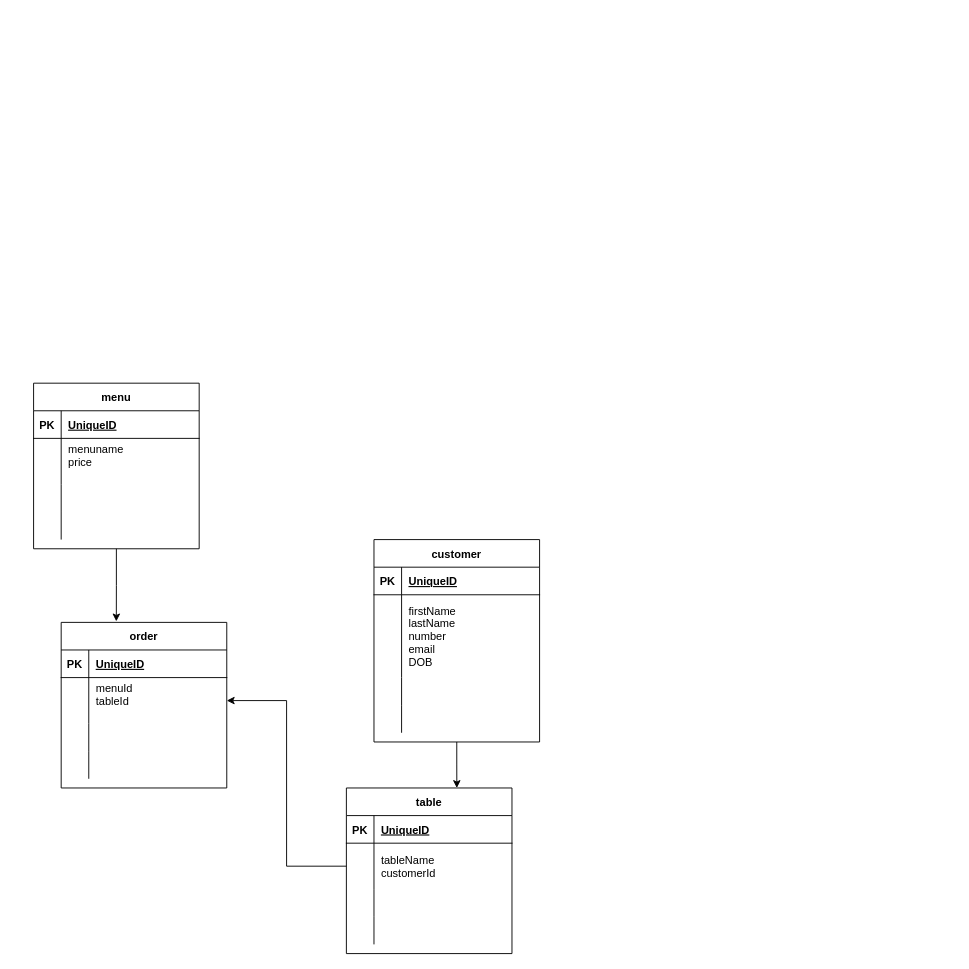
Above: pointofsale.drawio in zaryabali786/erdDiagram (draw.io), before the change. Source tidied: cells renumbered, new cells numbered last; positions are measured from the earlier drawing's top-left corner, leaving out a move shared by most shapes. Both pictures are drawn from the tidied source at 92%, with x=0, y=0 at pixel (33, 383).
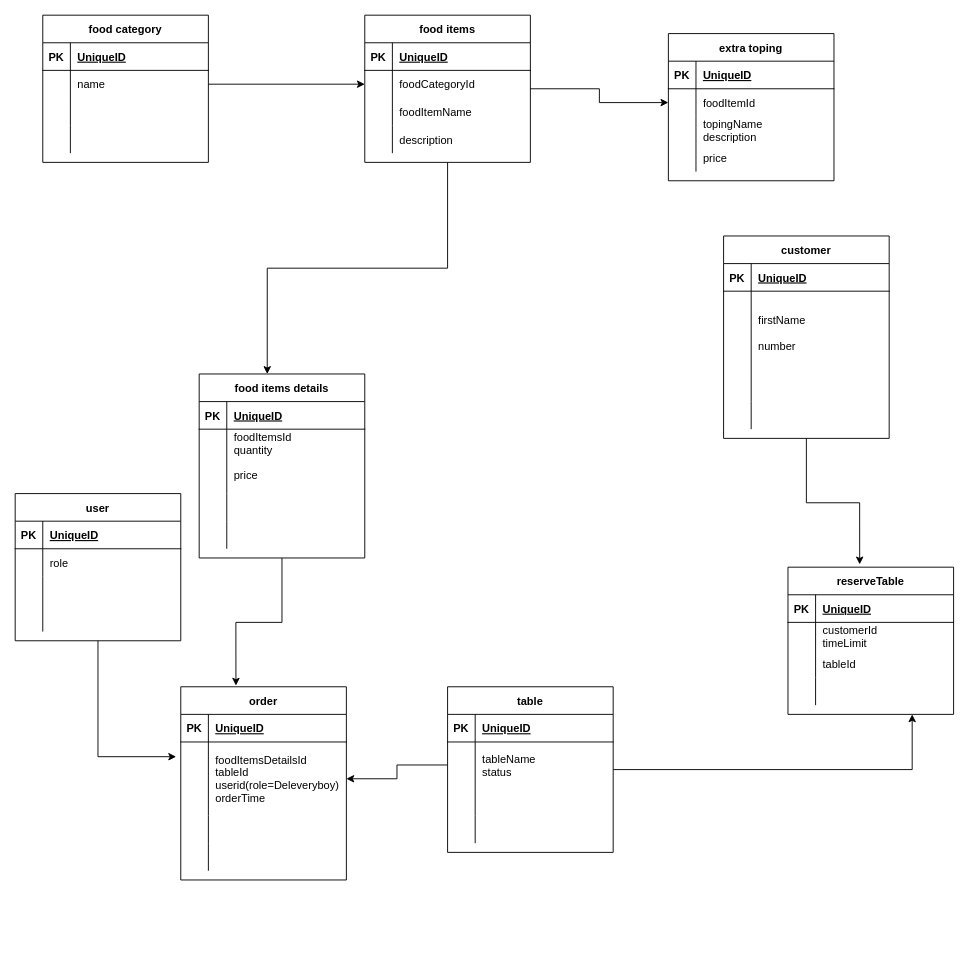
The same diagram, later.

The change refers to these unchanged cells:
```xml
<mxCell id="19" style="shape=tableRow;horizontal=0;startSize=0;swimlaneHead=0;swimlaneBody=0;fillColor=none;points=[[0,0.5],[1,0.5]];portConstraint=eastwest;top=0;left=0;right=0;bottom=0;" parent="15" vertex="1">
  <mxGeometry y="60" width="180" height="50" as="geometry" />
</mxCell>
<mxCell id="48" style="shape=tableRow;horizontal=0;startSize=0;swimlaneHead=0;swimlaneBody=0;fillColor=none;top=0;left=0;right=0;bottom=0;" parent="44" vertex="1">
  <mxGeometry y="60" width="180" height="90" as="geometry" />
</mxCell>
```

What changed in the source:
```diff
@@
     <mxCell id="2" value="order" style="shape=table;startSize=30;childLayout=tableLayout;rowLines=0;fontStyle=1;align=center;" parent="1" vertex="1">
-      <mxGeometry x="30" y="260" width="180" height="180" as="geometry" />
+      <mxGeometry x="160" y="330" width="180" height="210" as="geometry" />
     </mxCell>
@@
     <mxCell id="6" style="shape=tableRow;horizontal=0;startSize=0;swimlaneHead=0;swimlaneBody=0;fillColor=none;points=[[0,0.5],[1,0.5]];portConstraint=eastwest;top=0;left=0;right=0;bottom=0;" parent="2" vertex="1">
-      <mxGeometry y="60" width="180" height="50" as="geometry" />
+      <mxGeometry y="60" width="180" height="80" as="geometry" />
     </mxCell>
     <mxCell id="7" style="shape=partialRectangle;fillColor=none;top=0;left=0;bottom=0;right=0;overflow=hidden;" parent="6" vertex="1">
-      <mxGeometry width="30" height="50" as="geometry" />
+      <mxGeometry width="30" height="80" as="geometry" />
     </mxCell>
-    <mxCell id="8" value="menuId&#10;tableId&#10;" style="shape=partialRectangle;fillColor=none;top=0;left=0;bottom=0;right=0;align=left;spacingLeft=6;overflow=hidden;" parent="6" vertex="1">
-      <mxGeometry x="30" width="150" height="50" as="geometry" />
+    <mxCell id="8" value="foodItemsDetailsId&#10;tableId&#10;userid(role=Deleveryboy)&#10;orderTime" style="shape=partialRectangle;fillColor=none;top=0;left=0;bottom=0;right=0;align=left;spacingLeft=6;overflow=hidden;" parent="6" vertex="1">
+      <mxGeometry x="30" width="150" height="80" as="geometry" />
     </mxCell>
     <mxCell id="9" style="shape=tableRow;horizontal=0;startSize=0;swimlaneHead=0;swimlaneBody=0;fillColor=none;top=0;left=0;right=0;bottom=0;" parent="2" vertex="1">
-      <mxGeometry y="110" width="180" height="30" as="geometry" />
+      <mxGeometry y="140" width="180" height="30" as="geometry" />
     </mxCell>
@@
     <mxCell id="12" style="shape=tableRow;horizontal=0;startSize=0;swimlaneHead=0;swimlaneBody=0;fillColor=none;top=0;left=0;right=0;bottom=0;" parent="2" vertex="1">
-      <mxGeometry y="140" width="180" height="30" as="geometry" />
+      <mxGeometry y="170" width="180" height="30" as="geometry" />
     </mxCell>
@@
+    <mxCell id="57" style="edgeStyle=orthogonalEdgeStyle;rounded=0;jettySize=auto;html=1;entryX=0.75;entryY=1;entryDx=0;entryDy=0;" parent="1" edge="1" source="15" target="115">
+      <mxGeometry relative="1" as="geometry" />
+    </mxCell>
     <mxCell id="15" value="table" style="shape=table;startSize=30;childLayout=tableLayout;rowLines=0;fontStyle=1;align=center;" parent="1" vertex="1">
-      <mxGeometry x="340" y="440" width="180" height="180" as="geometry" />
+      <mxGeometry x="450" y="330" width="180" height="180" as="geometry" />
     </mxCell>
@@
-    <mxCell id="21" value="tableName&#10;customerId" style="shape=partialRectangle;fillColor=none;top=0;left=0;bottom=0;right=0;align=left;spacingLeft=6;overflow=hidden;" parent="19" vertex="1">
+    <mxCell id="21" value="tableName&#10;status" style="shape=partialRectangle;fillColor=none;top=0;left=0;bottom=0;right=0;align=left;spacingLeft=6;overflow=hidden;" parent="19" vertex="1">
       <mxGeometry x="30" width="150" height="50" as="geometry" />
     </mxCell>
@@
-    <mxCell id="30" value="menu" style="shape=table;startSize=30;childLayout=tableLayout;rowLines=0;fontStyle=1;align=center;" parent="1" vertex="1">
-      <mxGeometry width="180" height="180" as="geometry" />
+    <mxCell id="30" value="food items details" style="shape=table;startSize=30;childLayout=tableLayout;rowLines=0;fontStyle=1;align=center;" parent="1" vertex="1">
+      <mxGeometry x="180" y="-10" width="180" height="200" as="geometry" />
     </mxCell>
@@
     <mxCell id="34" style="shape=tableRow;horizontal=0;startSize=0;swimlaneHead=0;swimlaneBody=0;fillColor=none;top=0;left=0;right=0;bottom=0;" parent="30" vertex="1">
-      <mxGeometry y="60" width="180" height="50" as="geometry" />
+      <mxGeometry y="60" width="180" height="70" as="geometry" />
     </mxCell>
     <mxCell id="35" style="shape=partialRectangle;fillColor=none;top=0;left=0;bottom=0;right=0;overflow=hidden;" parent="34" vertex="1">
-      <mxGeometry width="30" height="50" as="geometry" />
+      <mxGeometry width="30" height="70" as="geometry" />
     </mxCell>
-    <mxCell id="36" value="menuname&#10;price&#10;" style="shape=partialRectangle;fillColor=none;top=0;left=0;bottom=0;right=0;align=left;spacingLeft=6;overflow=hidden;" parent="34" vertex="1">
-      <mxGeometry x="30" width="150" height="50" as="geometry" />
+    <mxCell id="36" value="foodItemsId&#10;quantity&#10;&#10;price&#10;" style="shape=partialRectangle;fillColor=none;top=0;left=0;bottom=0;right=0;align=left;spacingLeft=6;overflow=hidden;" parent="34" vertex="1">
+      <mxGeometry x="30" width="150" height="70" as="geometry" />
     </mxCell>
     <mxCell id="37" style="shape=tableRow;horizontal=0;startSize=0;swimlaneHead=0;swimlaneBody=0;fillColor=none;top=0;left=0;right=0;bottom=0;" parent="30" vertex="1">
-      <mxGeometry y="110" width="180" height="30" as="geometry" />
+      <mxGeometry y="130" width="180" height="30" as="geometry" />
     </mxCell>
@@
     <mxCell id="40" style="shape=tableRow;horizontal=0;startSize=0;swimlaneHead=0;swimlaneBody=0;fillColor=none;top=0;left=0;right=0;bottom=0;" parent="30" vertex="1">
-      <mxGeometry y="140" width="180" height="30" as="geometry" />
+      <mxGeometry y="160" width="180" height="30" as="geometry" />
     </mxCell>
@@
-    <mxCell id="43" style="edgeStyle=orthogonalEdgeStyle;rounded=0;jettySize=auto;html=1;entryX=0.667;entryY=0;entryDx=0;entryDy=0;entryPerimeter=0;" parent="1" edge="1" source="44" target="15">
-      <mxGeometry relative="1" as="geometry" />
-    </mxCell>
+    <mxCell id="58" style="edgeStyle=orthogonalEdgeStyle;rounded=0;jettySize=auto;html=1;entryX=0.433;entryY=-0.019;entryDx=0;entryDy=0;entryPerimeter=0;" parent="1" edge="1" source="44" target="115">
+      <mxGeometry relative="1" as="geometry" />
+    </mxCell>
     <mxCell id="44" value="customer" style="shape=table;startSize=30;childLayout=tableLayout;rowLines=0;fontStyle=1;align=center;" parent="1" vertex="1">
-      <mxGeometry x="370" y="170" width="180" height="220" as="geometry" />
+      <mxGeometry x="750" y="-160" width="180" height="220" as="geometry" />
     </mxCell>
@@
-    <mxCell id="50" value="firstName&#10;lastName&#10;number&#10;email&#10;DOB" style="shape=partialRectangle;fillColor=none;top=0;left=0;bottom=0;right=0;align=left;spacingLeft=6;overflow=hidden;" parent="48" vertex="1">
+    <mxCell id="50" value="firstName&#10;&#10;number" style="shape=partialRectangle;fillColor=none;top=0;left=0;bottom=0;right=0;align=left;spacingLeft=6;overflow=hidden;" parent="48" vertex="1">
       <mxGeometry x="30" width="150" height="90" as="geometry" />
     </mxCell>
@@
+    <mxCell id="59" style="edgeStyle=orthogonalEdgeStyle;rounded=0;jettySize=auto;html=1;entryX=-0.028;entryY=0.2;entryDx=0;entryDy=0;entryPerimeter=0;" parent="1" edge="1" source="60" target="6">
+      <mxGeometry relative="1" as="geometry" />
+    </mxCell>
+    <mxCell id="60" value="user" style="shape=table;startSize=30;childLayout=tableLayout;rowLines=0;fontStyle=1;align=center;" parent="1" vertex="1">
+      <mxGeometry x="-20" y="120" width="180" height="160" as="geometry" />
+    </mxCell>
+    <mxCell id="61" style="shape=tableRow;horizontal=0;startSize=0;swimlaneHead=0;swimlaneBody=0;fillColor=none;top=0;left=0;right=0;bottom=1;" parent="60" vertex="1">
+      <mxGeometry y="30" width="180" height="30" as="geometry" />
+    </mxCell>
+    <mxCell id="62" value="PK" style="shape=partialRectangle;fillColor=none;top=0;left=0;bottom=0;right=0;fontStyle=1;overflow=hidden;" parent="61" vertex="1">
+      <mxGeometry width="30" height="30" as="geometry" />
+    </mxCell>
+    <mxCell id="63" value="UniqueID" style="shape=partialRectangle;fillColor=none;top=0;left=0;bottom=0;right=0;align=left;spacingLeft=6;fontStyle=5;overflow=hidden;" parent="61" vertex="1">
+      <mxGeometry x="30" width="150" height="30" as="geometry" />
+    </mxCell>
+    <mxCell id="64" style="shape=tableRow;horizontal=0;startSize=0;swimlaneHead=0;swimlaneBody=0;fillColor=none;top=0;left=0;right=0;bottom=0;" parent="60" vertex="1">
+      <mxGeometry y="60" width="180" height="30" as="geometry" />
+    </mxCell>
+    <mxCell id="65" style="shape=partialRectangle;fillColor=none;top=0;left=0;bottom=0;right=0;overflow=hidden;" parent="64" vertex="1">
+      <mxGeometry width="30" height="30" as="geometry" />
+    </mxCell>
+    <mxCell id="66" value="role" style="shape=partialRectangle;fillColor=none;top=0;left=0;bottom=0;right=0;align=left;spacingLeft=6;overflow=hidden;" parent="64" vertex="1">
+      <mxGeometry x="30" width="150" height="30" as="geometry" />
+    </mxCell>
+    <mxCell id="67" style="shape=tableRow;horizontal=0;startSize=0;swimlaneHead=0;swimlaneBody=0;fillColor=none;top=0;left=0;right=0;bottom=0;" parent="60" vertex="1">
+      <mxGeometry y="90" width="180" height="30" as="geometry" />
+    </mxCell>
+    <mxCell id="68" style="shape=partialRectangle;fillColor=none;top=0;left=0;bottom=0;right=0;overflow=hidden;" parent="67" vertex="1">
+      <mxGeometry width="30" height="30" as="geometry" />
+    </mxCell>
+    <mxCell id="69" style="shape=partialRectangle;fillColor=none;top=0;left=0;bottom=0;right=0;align=left;spacingLeft=6;overflow=hidden;" parent="67" vertex="1">
+      <mxGeometry x="30" width="150" height="30" as="geometry" />
+    </mxCell>
+    <mxCell id="70" style="shape=tableRow;horizontal=0;startSize=0;swimlaneHead=0;swimlaneBody=0;fillColor=none;top=0;left=0;right=0;bottom=0;" parent="60" vertex="1">
+      <mxGeometry y="120" width="180" height="30" as="geometry" />
+    </mxCell>
+    <mxCell id="71" style="shape=partialRectangle;fillColor=none;top=0;left=0;bottom=0;right=0;overflow=hidden;" parent="70" vertex="1">
+      <mxGeometry width="30" height="30" as="geometry" />
+    </mxCell>
+    <mxCell id="72" style="shape=partialRectangle;fillColor=none;top=0;left=0;bottom=0;right=0;align=left;spacingLeft=6;overflow=hidden;" parent="70" vertex="1">
+      <mxGeometry x="30" width="150" height="30" as="geometry" />
+    </mxCell>
+    <mxCell id="73" value="food category" style="shape=table;startSize=30;childLayout=tableLayout;rowLines=0;fontStyle=1;align=center;" parent="1" vertex="1">
+      <mxGeometry x="10" y="-400" width="180" height="160" as="geometry" />
+    </mxCell>
+    <mxCell id="74" style="shape=tableRow;horizontal=0;startSize=0;swimlaneHead=0;swimlaneBody=0;fillColor=none;top=0;left=0;right=0;bottom=1;" parent="73" vertex="1">
+      <mxGeometry y="30" width="180" height="30" as="geometry" />
+    </mxCell>
+    <mxCell id="75" value="PK" style="shape=partialRectangle;fillColor=none;top=0;left=0;bottom=0;right=0;fontStyle=1;overflow=hidden;" parent="74" vertex="1">
+      <mxGeometry width="30" height="30" as="geometry" />
+    </mxCell>
+    <mxCell id="76" value="UniqueID" style="shape=partialRectangle;fillColor=none;top=0;left=0;bottom=0;right=0;align=left;spacingLeft=6;fontStyle=5;overflow=hidden;" parent="74" vertex="1">
+      <mxGeometry x="30" width="150" height="30" as="geometry" />
+    </mxCell>
+    <mxCell id="77" style="shape=tableRow;horizontal=0;startSize=0;swimlaneHead=0;swimlaneBody=0;fillColor=none;points=[[0,0.5],[1,0.5]];portConstraint=eastwest;top=0;left=0;right=0;bottom=0;" parent="73" vertex="1">
+      <mxGeometry y="60" width="180" height="30" as="geometry" />
+    </mxCell>
+    <mxCell id="78" style="shape=partialRectangle;fillColor=none;top=0;left=0;bottom=0;right=0;overflow=hidden;" parent="77" vertex="1">
+      <mxGeometry width="30" height="30" as="geometry" />
+    </mxCell>
+    <mxCell id="79" value="name" style="shape=partialRectangle;fillColor=none;top=0;left=0;bottom=0;right=0;align=left;spacingLeft=6;overflow=hidden;" parent="77" vertex="1">
+      <mxGeometry x="30" width="150" height="30" as="geometry" />
+    </mxCell>
+    <mxCell id="80" style="shape=tableRow;horizontal=0;startSize=0;swimlaneHead=0;swimlaneBody=0;fillColor=none;top=0;left=0;right=0;bottom=0;" parent="73" vertex="1">
+      <mxGeometry y="90" width="180" height="30" as="geometry" />
+    </mxCell>
+    <mxCell id="81" style="shape=partialRectangle;fillColor=none;top=0;left=0;bottom=0;right=0;overflow=hidden;" parent="80" vertex="1">
+      <mxGeometry width="30" height="30" as="geometry" />
+    </mxCell>
+    <mxCell id="82" style="shape=partialRectangle;fillColor=none;top=0;left=0;bottom=0;right=0;align=left;spacingLeft=6;overflow=hidden;" parent="80" vertex="1">
+      <mxGeometry x="30" width="150" height="30" as="geometry" />
+    </mxCell>
+    <mxCell id="83" style="shape=tableRow;horizontal=0;startSize=0;swimlaneHead=0;swimlaneBody=0;fillColor=none;top=0;left=0;right=0;bottom=0;" parent="73" vertex="1">
+      <mxGeometry y="120" width="180" height="30" as="geometry" />
+    </mxCell>
+    <mxCell id="84" style="shape=partialRectangle;fillColor=none;top=0;left=0;bottom=0;right=0;overflow=hidden;" parent="83" vertex="1">
+      <mxGeometry width="30" height="30" as="geometry" />
+    </mxCell>
+    <mxCell id="85" style="shape=partialRectangle;fillColor=none;top=0;left=0;bottom=0;right=0;align=left;spacingLeft=6;overflow=hidden;" parent="83" vertex="1">
+      <mxGeometry x="30" width="150" height="30" as="geometry" />
+    </mxCell>
+    <mxCell id="86" style="edgeStyle=orthogonalEdgeStyle;rounded=0;jettySize=auto;html=1;entryX=0.411;entryY=0;entryDx=0;entryDy=0;entryPerimeter=0;" parent="1" edge="1" source="88" target="30">
+      <mxGeometry relative="1" as="geometry" />
+    </mxCell>
+    <mxCell id="87" style="edgeStyle=orthogonalEdgeStyle;rounded=0;jettySize=auto;html=1;entryX=0;entryY=0.5;entryDx=0;entryDy=0;" parent="1" edge="1" source="88" target="106">
+      <mxGeometry relative="1" as="geometry" />
+    </mxCell>
+    <mxCell id="88" value="food items" style="shape=table;startSize=30;childLayout=tableLayout;rowLines=0;fontStyle=1;align=center;" parent="1" vertex="1">
+      <mxGeometry x="360" y="-400" width="180" height="160" as="geometry" />
+    </mxCell>
+    <mxCell id="89" style="shape=tableRow;horizontal=0;startSize=0;swimlaneHead=0;swimlaneBody=0;fillColor=none;top=0;left=0;right=0;bottom=1;" parent="88" vertex="1">
+      <mxGeometry y="30" width="180" height="30" as="geometry" />
+    </mxCell>
+    <mxCell id="90" value="PK" style="shape=partialRectangle;fillColor=none;top=0;left=0;bottom=0;right=0;fontStyle=1;overflow=hidden;" parent="89" vertex="1">
+      <mxGeometry width="30" height="30" as="geometry" />
+    </mxCell>
+    <mxCell id="91" value="UniqueID" style="shape=partialRectangle;fillColor=none;top=0;left=0;bottom=0;right=0;align=left;spacingLeft=6;fontStyle=5;overflow=hidden;" parent="89" vertex="1">
+      <mxGeometry x="30" width="150" height="30" as="geometry" />
+    </mxCell>
+    <mxCell id="92" style="shape=tableRow;horizontal=0;startSize=0;swimlaneHead=0;swimlaneBody=0;fillColor=none;points=[[0,0.5],[1,0.5]];portConstraint=eastwest;top=0;left=0;right=0;bottom=0;" parent="88" vertex="1">
+      <mxGeometry y="60" width="180" height="30" as="geometry" />
+    </mxCell>
+    <mxCell id="93" style="shape=partialRectangle;fillColor=none;top=0;left=0;bottom=0;right=0;overflow=hidden;" parent="92" vertex="1">
+      <mxGeometry width="30" height="30" as="geometry" />
+    </mxCell>
+    <mxCell id="94" value="foodCategoryId" style="shape=partialRectangle;fillColor=none;top=0;left=0;bottom=0;right=0;align=left;spacingLeft=6;overflow=hidden;" parent="92" vertex="1">
+      <mxGeometry x="30" width="150" height="30" as="geometry" />
+    </mxCell>
+    <mxCell id="95" style="shape=tableRow;horizontal=0;startSize=0;swimlaneHead=0;swimlaneBody=0;fillColor=none;top=0;left=0;right=0;bottom=0;" parent="88" vertex="1">
+      <mxGeometry y="90" width="180" height="30" as="geometry" />
+    </mxCell>
+    <mxCell id="96" style="shape=partialRectangle;fillColor=none;top=0;left=0;bottom=0;right=0;overflow=hidden;" parent="95" vertex="1">
+      <mxGeometry width="30" height="30" as="geometry" />
+    </mxCell>
+    <mxCell id="97" value="foodItemName" style="shape=partialRectangle;fillColor=none;top=0;left=0;bottom=0;right=0;align=left;spacingLeft=6;overflow=hidden;" parent="95" vertex="1">
+      <mxGeometry x="30" width="150" height="30" as="geometry" />
+    </mxCell>
+    <mxCell id="98" style="shape=tableRow;horizontal=0;startSize=0;swimlaneHead=0;swimlaneBody=0;fillColor=none;top=0;left=0;right=0;bottom=0;" parent="88" vertex="1">
+      <mxGeometry y="120" width="180" height="30" as="geometry" />
+    </mxCell>
+    <mxCell id="99" style="shape=partialRectangle;fillColor=none;top=0;left=0;bottom=0;right=0;overflow=hidden;" parent="98" vertex="1">
+      <mxGeometry width="30" height="30" as="geometry" />
+    </mxCell>
+    <mxCell id="100" value="description" style="shape=partialRectangle;fillColor=none;top=0;left=0;bottom=0;right=0;align=left;spacingLeft=6;overflow=hidden;" parent="98" vertex="1">
+      <mxGeometry x="30" width="150" height="30" as="geometry" />
+    </mxCell>
+    <mxCell id="101" style="edgeStyle=orthogonalEdgeStyle;rounded=0;jettySize=auto;html=1;entryX=0;entryY=0.5;entryDx=0;entryDy=0;" parent="1" edge="1" source="77" target="92">
+      <mxGeometry relative="1" as="geometry" />
+    </mxCell>
+    <mxCell id="102" value="extra toping" style="shape=table;startSize=30;childLayout=tableLayout;rowLines=0;fontStyle=1;align=center;" parent="1" vertex="1">
+      <mxGeometry x="690" y="-380" width="180" height="160" as="geometry" />
+    </mxCell>
+    <mxCell id="103" style="shape=tableRow;horizontal=0;startSize=0;swimlaneHead=0;swimlaneBody=0;fillColor=none;top=0;left=0;right=0;bottom=1;" parent="102" vertex="1">
+      <mxGeometry y="30" width="180" height="30" as="geometry" />
+    </mxCell>
+    <mxCell id="104" value="PK" style="shape=partialRectangle;fillColor=none;top=0;left=0;bottom=0;right=0;fontStyle=1;overflow=hidden;" parent="103" vertex="1">
+      <mxGeometry width="30" height="30" as="geometry" />
+    </mxCell>
+    <mxCell id="105" value="UniqueID" style="shape=partialRectangle;fillColor=none;top=0;left=0;bottom=0;right=0;align=left;spacingLeft=6;fontStyle=5;overflow=hidden;" parent="103" vertex="1">
+      <mxGeometry x="30" width="150" height="30" as="geometry" />
+    </mxCell>
+    <mxCell id="106" style="shape=tableRow;horizontal=0;startSize=0;swimlaneHead=0;swimlaneBody=0;fillColor=none;points=[[0,0.5],[1,0.5]];portConstraint=eastwest;top=0;left=0;right=0;bottom=0;" parent="102" vertex="1">
+      <mxGeometry y="60" width="180" height="30" as="geometry" />
+    </mxCell>
+    <mxCell id="107" style="shape=partialRectangle;fillColor=none;top=0;left=0;bottom=0;right=0;overflow=hidden;" parent="106" vertex="1">
+      <mxGeometry width="30" height="30" as="geometry" />
+    </mxCell>
+    <mxCell id="108" value="foodItemId" style="shape=partialRectangle;fillColor=none;top=0;left=0;bottom=0;right=0;align=left;spacingLeft=6;overflow=hidden;" parent="106" vertex="1">
+      <mxGeometry x="30" width="150" height="30" as="geometry" />
+    </mxCell>
+    <mxCell id="109" style="shape=tableRow;horizontal=0;startSize=0;swimlaneHead=0;swimlaneBody=0;fillColor=none;top=0;left=0;right=0;bottom=0;" parent="102" vertex="1">
+      <mxGeometry y="90" width="180" height="30" as="geometry" />
+    </mxCell>
+    <mxCell id="110" style="shape=partialRectangle;fillColor=none;top=0;left=0;bottom=0;right=0;overflow=hidden;" parent="109" vertex="1">
+      <mxGeometry width="30" height="30" as="geometry" />
+    </mxCell>
+    <mxCell id="111" value="topingName&#10;description" style="shape=partialRectangle;fillColor=none;top=0;left=0;bottom=0;right=0;align=left;spacingLeft=6;overflow=hidden;" parent="109" vertex="1">
+      <mxGeometry x="30" width="150" height="30" as="geometry" />
+    </mxCell>
+    <mxCell id="112" style="shape=tableRow;horizontal=0;startSize=0;swimlaneHead=0;swimlaneBody=0;fillColor=none;top=0;left=0;right=0;bottom=0;" parent="102" vertex="1">
+      <mxGeometry y="120" width="180" height="30" as="geometry" />
+    </mxCell>
+    <mxCell id="113" style="shape=partialRectangle;fillColor=none;top=0;left=0;bottom=0;right=0;overflow=hidden;" parent="112" vertex="1">
+      <mxGeometry width="30" height="30" as="geometry" />
+    </mxCell>
+    <mxCell id="114" value="price" style="shape=partialRectangle;fillColor=none;top=0;left=0;bottom=0;right=0;align=left;spacingLeft=6;overflow=hidden;" parent="112" vertex="1">
+      <mxGeometry x="30" width="150" height="30" as="geometry" />
+    </mxCell>
+    <mxCell id="115" value="reserveTable" style="shape=table;startSize=30;childLayout=tableLayout;rowLines=0;fontStyle=1;align=center;" parent="1" vertex="1">
+      <mxGeometry x="820" y="200" width="180" height="160" as="geometry" />
+    </mxCell>
+    <mxCell id="116" style="shape=tableRow;horizontal=0;startSize=0;swimlaneHead=0;swimlaneBody=0;fillColor=none;top=0;left=0;right=0;bottom=1;" parent="115" vertex="1">
+      <mxGeometry y="30" width="180" height="30" as="geometry" />
+    </mxCell>
+    <mxCell id="117" value="PK" style="shape=partialRectangle;fillColor=none;top=0;left=0;bottom=0;right=0;fontStyle=1;overflow=hidden;" parent="116" vertex="1">
+      <mxGeometry width="30" height="30" as="geometry" />
+    </mxCell>
+    <mxCell id="118" value="UniqueID" style="shape=partialRectangle;fillColor=none;top=0;left=0;bottom=0;right=0;align=left;spacingLeft=6;fontStyle=5;overflow=hidden;" parent="116" vertex="1">
+      <mxGeometry x="30" width="150" height="30" as="geometry" />
+    </mxCell>
+    <mxCell id="119" style="shape=tableRow;horizontal=0;startSize=0;swimlaneHead=0;swimlaneBody=0;fillColor=none;top=0;left=0;right=0;bottom=0;" parent="115" vertex="1">
+      <mxGeometry y="60" width="180" height="30" as="geometry" />
+    </mxCell>
+    <mxCell id="120" style="shape=partialRectangle;fillColor=none;top=0;left=0;bottom=0;right=0;overflow=hidden;" parent="119" vertex="1">
+      <mxGeometry width="30" height="30" as="geometry" />
+    </mxCell>
+    <mxCell id="121" value="customerId&#10;timeLimit" style="shape=partialRectangle;fillColor=none;top=0;left=0;bottom=0;right=0;align=left;spacingLeft=6;overflow=hidden;" parent="119" vertex="1">
+      <mxGeometry x="30" width="150" height="30" as="geometry" />
+    </mxCell>
+    <mxCell id="122" style="shape=tableRow;horizontal=0;startSize=0;swimlaneHead=0;swimlaneBody=0;fillColor=none;top=0;left=0;right=0;bottom=0;" parent="115" vertex="1">
+      <mxGeometry y="90" width="180" height="30" as="geometry" />
+    </mxCell>
+    <mxCell id="123" style="shape=partialRectangle;fillColor=none;top=0;left=0;bottom=0;right=0;overflow=hidden;" parent="122" vertex="1">
+      <mxGeometry width="30" height="30" as="geometry" />
+    </mxCell>
+    <mxCell id="124" value="tableId" style="shape=partialRectangle;fillColor=none;top=0;left=0;bottom=0;right=0;align=left;spacingLeft=6;overflow=hidden;" parent="122" vertex="1">
+      <mxGeometry x="30" width="150" height="30" as="geometry" />
+    </mxCell>
+    <mxCell id="125" style="shape=tableRow;horizontal=0;startSize=0;swimlaneHead=0;swimlaneBody=0;fillColor=none;top=0;left=0;right=0;bottom=0;" parent="115" vertex="1">
+      <mxGeometry y="120" width="180" height="30" as="geometry" />
+    </mxCell>
+    <mxCell id="126" style="shape=partialRectangle;fillColor=none;top=0;left=0;bottom=0;right=0;overflow=hidden;" parent="125" vertex="1">
+      <mxGeometry width="30" height="30" as="geometry" />
+    </mxCell>
+    <mxCell id="127" style="shape=partialRectangle;fillColor=none;top=0;left=0;bottom=0;right=0;align=left;spacingLeft=6;overflow=hidden;" parent="125" vertex="1">
+      <mxGeometry x="30" width="150" height="30" as="geometry" />
+    </mxCell>
```
